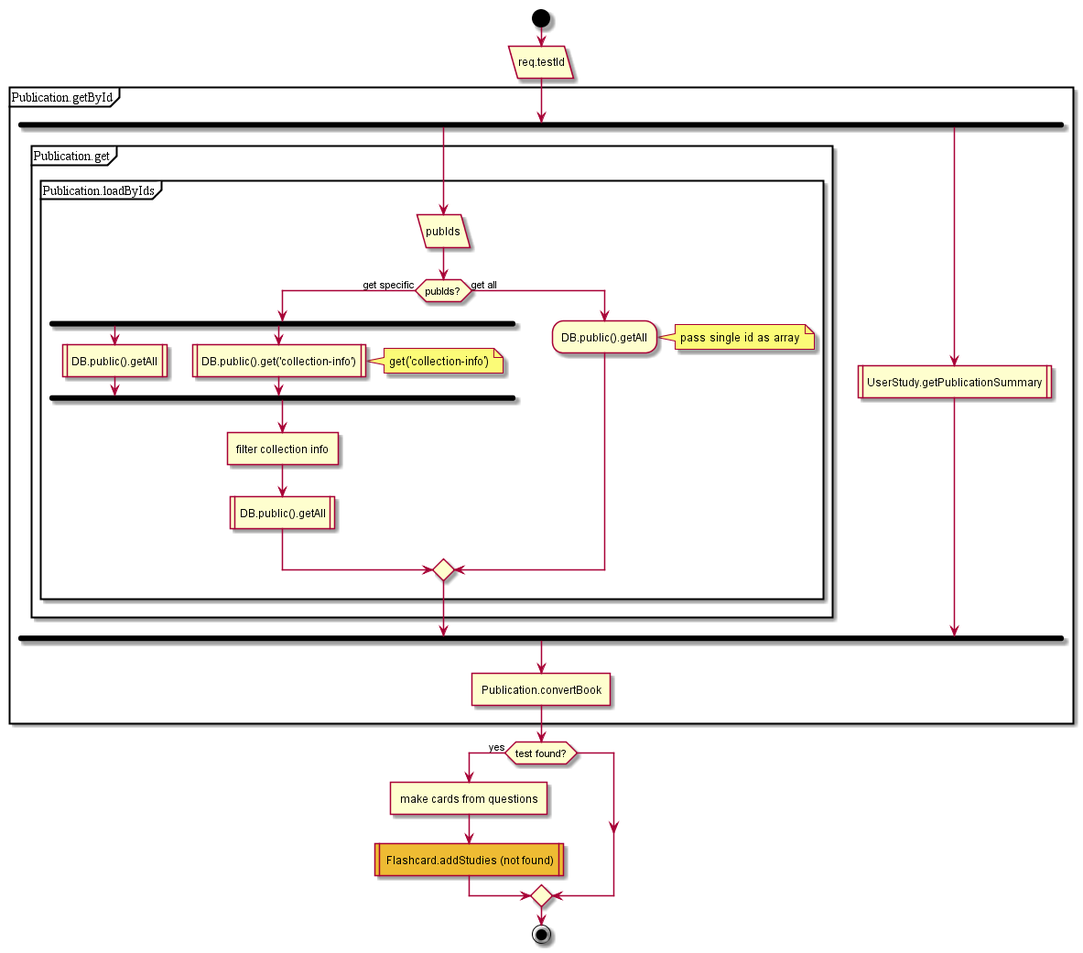
Earlier version of the PlantUML export test2/diagrams/StudyFlashcards.POST.activate.png (MaxXx1313/testwiki).
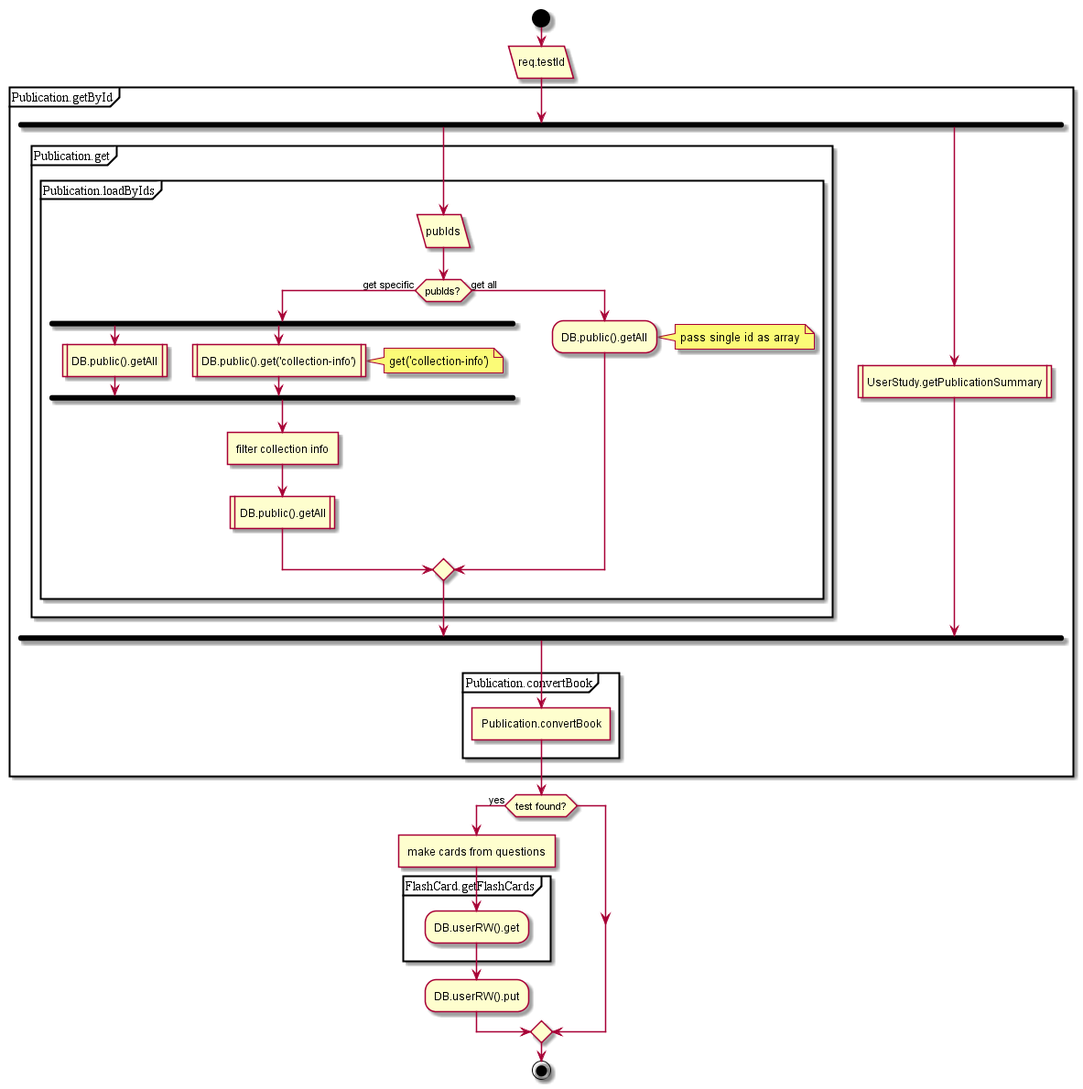
Above is the later version.

The edit, as a diff of the source:
```diff
@@ -24,12 +24,16 @@
 fork again
 :UserStudy.getPublicationSummary|
 endfork;
+partition Publication.convertBook {
 :Publication.convertBook]
+}
 }
 if (test found?) then (yes)
 :make cards from questions]
-#eebb33: Flashcard.addStudies (not found)|
+partition FlashCard.getFlashCards {
+:DB.userRW().get;
+}
+:DB.userRW().put;
 endif
-
 end;
 @enduml
```
